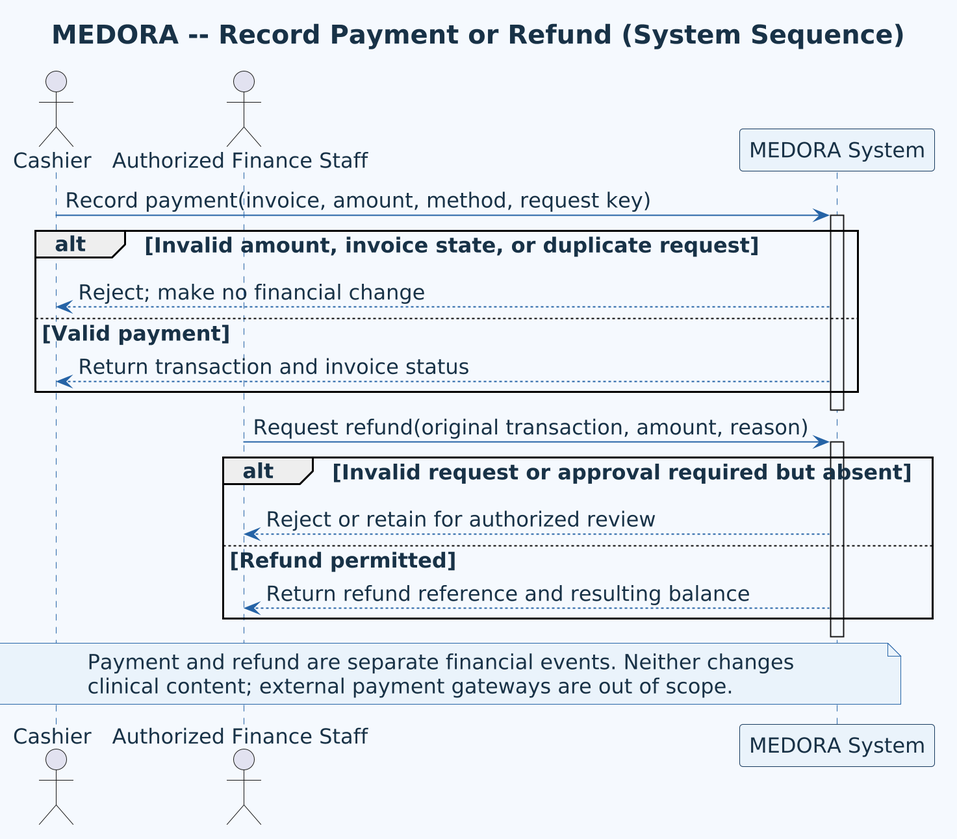
Above: doc/asset/05-behavioral-modeling-implementation/behavioral-uml/sequence-by-function/billing/figure/record-payment-and-refund.png in DucDung-1107/SysDes_2026.1_Group_08 (PlantUML), before the change.
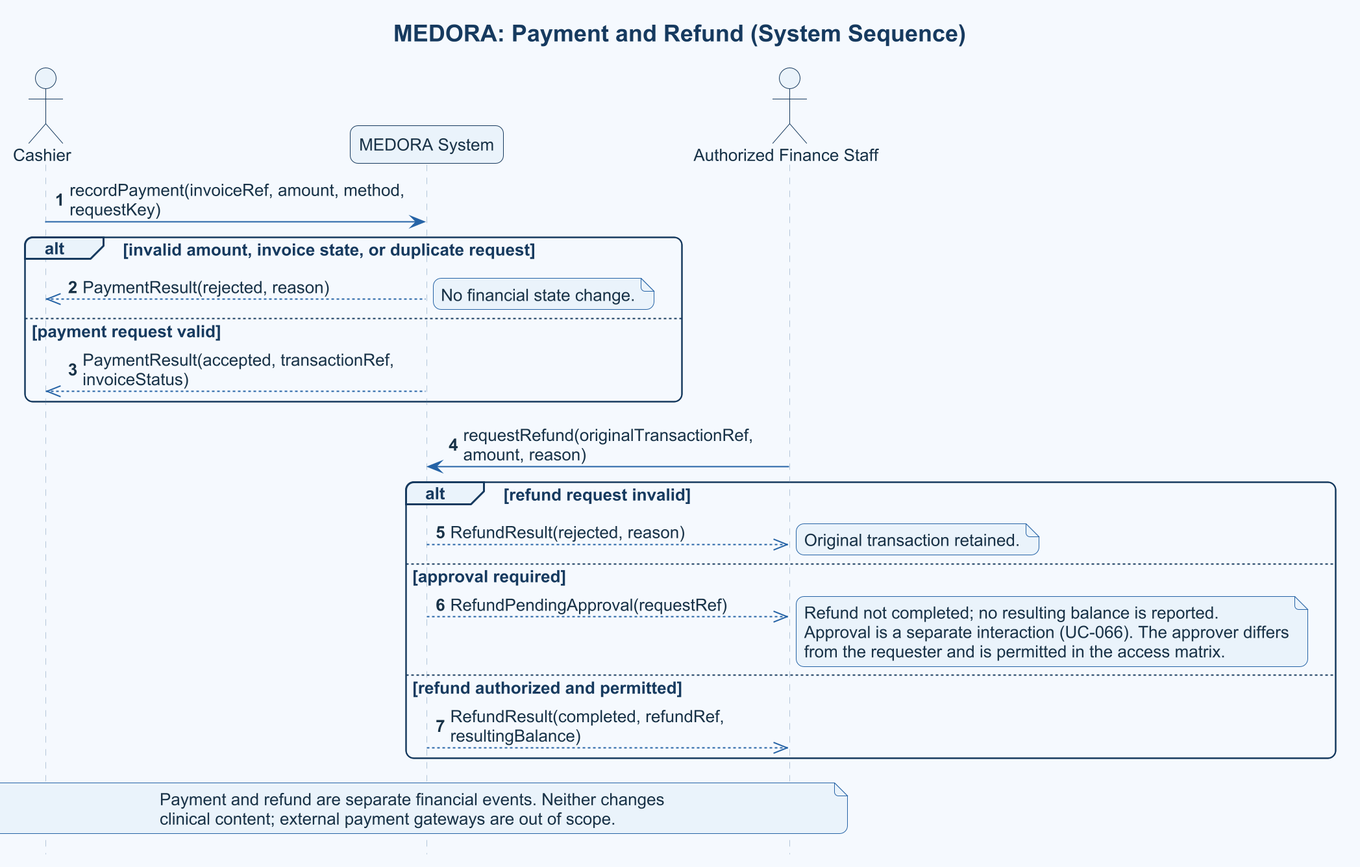
Above is the later version.

Diff of the diagram source:
```diff
@@ -1,47 +1,39 @@
 @startuml
-title MEDORA -- Record Payment or Refund (System Sequence)
-skinparam shadowing false
+title MEDORA: Payment and Refund (System Sequence)
+!include ../../../../../shared/templates/medora-style.puml
 skinparam dpi 192
-skinparam backgroundColor #F5F9FE
-skinparam defaultFontName Arial
-skinparam defaultFontColor #183247
-skinparam defaultFontSize 16
-skinparam titleFontSize 20
-skinparam note {
-  BackgroundColor #EAF3FB
-  BorderColor #2563A6
-  FontColor #183247
-}
-skinparam ArrowColor #2563A6
-skinparam sequence {
-  ParticipantBackgroundColor #EAF3FB
-  ParticipantBorderColor #163A5F
-  ParticipantFontColor #183247
-  LifeLineBorderColor #2563A6
-  LifeLineBackgroundColor #F5F9FE
-}
+skinparam defaultFontSize 13
+skinparam titleFontSize 18
+skinparam maxMessageSize 260
+hide footbox
+autonumber
 actor Cashier
+participant "MEDORA System" as System
 actor "Authorized Finance Staff" as Finance
-participant "MEDORA System" as System
 
-Cashier -> System: Record payment(invoice, amount, method, request key)
-activate System
-alt Invalid amount, invoice state, or duplicate request
-  System --> Cashier: Reject; make no financial change
-else Valid payment
-  System --> Cashier: Return transaction and invoice status
+Cashier -> System: recordPayment(invoiceRef, amount, method, requestKey)
+alt invalid amount, invoice state, or duplicate request
+  System -->> Cashier: PaymentResult(rejected, reason)
+  note right: No financial state change.
+else payment request valid
+  System -->> Cashier: PaymentResult(accepted, transactionRef, invoiceStatus)
 end
-deactivate System
 
-Finance -> System: Request refund(original transaction, amount, reason)
-activate System
-alt Invalid request or approval required but absent
-  System --> Finance: Reject or retain for authorized review
-else Refund permitted
-  System --> Finance: Return refund reference and resulting balance
+Finance -> System: requestRefund(originalTransactionRef, amount, reason)
+alt refund request invalid
+  System -->> Finance: RefundResult(rejected, reason)
+  note right: Original transaction retained.
+else approval required
+  System -->> Finance: RefundPendingApproval(requestRef)
+  note right
+    Refund not completed; no resulting balance is reported.
+    Approval is a separate interaction (UC-066). The approver differs
+    from the requester and is permitted in the access matrix.
+  end note
+else refund authorized and permitted
+  System -->> Finance: RefundResult(completed, refundRef, resultingBalance)
 end
-deactivate System
-note over Cashier, System
+note over Cashier, Finance
   Payment and refund are separate financial events. Neither changes
   clinical content; external payment gateways are out of scope.
 end note
```
